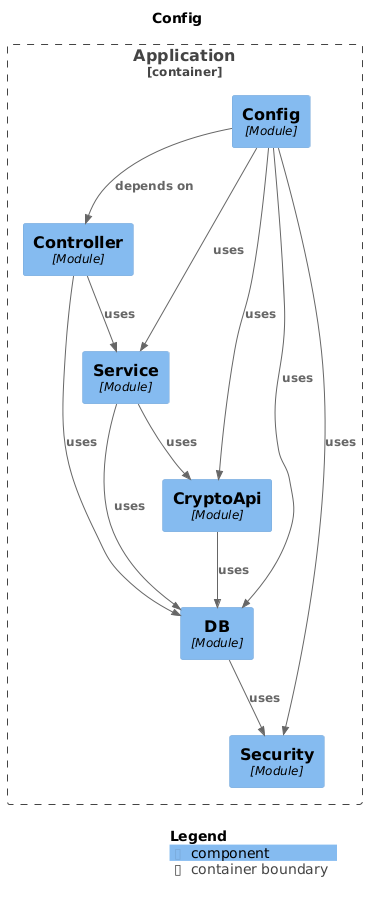
Before: docs/images/diagrams/config_diagram.png, a diagram exported from PlantUML (pmlobanov/JavaSpring_CryptoCurrency-Bot). Its diagram source:
```plantuml
@startuml
set separator none
title Config

top to bottom direction

!include <C4/C4>
!include <C4/C4_Context>
!include <C4/C4_Component>

Container_Boundary("Application.Application_boundary", "Application", $tags="") {
  Component(Application.Application.Service, "Service", $techn="Module", $descr="", $tags="", $link="")
  Component(Application.Application.DB, "DB", $techn="Module", $descr="", $tags="", $link="")
  Component(Application.Application.Config, "Config", $techn="Module", $descr="", $tags="", $link="")
  Component(Application.Application.Controller, "Controller", $techn="Module", $descr="", $tags="", $link="")
  Component(Application.Application.CryptoApi, "CryptoApi", $techn="Module", $descr="", $tags="", $link="")
  Component(Application.Application.Security, "Security", $techn="Module", $descr="", $tags="", $link="")
}

Rel(Application.Application.Controller, Application.Application.DB, "uses", $techn="", $tags="", $link="")
Rel(Application.Application.Controller, Application.Application.Service, "uses", $techn="", $tags="", $link="")
Rel(Application.Application.CryptoApi, Application.Application.DB, "uses", $techn="", $tags="", $link="")
Rel(Application.Application.Service, Application.Application.DB, "uses", $techn="", $tags="", $link="")
Rel(Application.Application.Service, Application.Application.CryptoApi, "uses", $techn="", $tags="", $link="")
Rel(Application.Application.DB, Application.Application.Security, "uses", $techn="", $tags="", $link="")
Rel(Application.Application.Config, Application.Application.Controller, "depends on", $techn="", $tags="", $link="")
Rel(Application.Application.Config, Application.Application.Service, "uses", $techn="", $tags="", $link="")
Rel(Application.Application.Config, Application.Application.Security, "uses", $techn="", $tags="", $link="")
Rel(Application.Application.Config, Application.Application.DB, "uses", $techn="", $tags="", $link="")
Rel(Application.Application.Config, Application.Application.CryptoApi, "uses", $techn="", $tags="", $link="")

SHOW_LEGEND(true)
@enduml
```
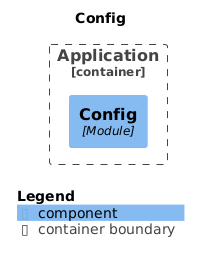
Above is the later version.

What changed in the source:
```diff
@@ -9,25 +9,9 @@
 !include <C4/C4_Component>
 
 Container_Boundary("Application.Application_boundary", "Application", $tags="") {
-  Component(Application.Application.Service, "Service", $techn="Module", $descr="", $tags="", $link="")
-  Component(Application.Application.DB, "DB", $techn="Module", $descr="", $tags="", $link="")
   Component(Application.Application.Config, "Config", $techn="Module", $descr="", $tags="", $link="")
-  Component(Application.Application.Controller, "Controller", $techn="Module", $descr="", $tags="", $link="")
-  Component(Application.Application.CryptoApi, "CryptoApi", $techn="Module", $descr="", $tags="", $link="")
-  Component(Application.Application.Security, "Security", $techn="Module", $descr="", $tags="", $link="")
 }
 
-Rel(Application.Application.Controller, Application.Application.DB, "uses", $techn="", $tags="", $link="")
-Rel(Application.Application.Controller, Application.Application.Service, "uses", $techn="", $tags="", $link="")
-Rel(Application.Application.CryptoApi, Application.Application.DB, "uses", $techn="", $tags="", $link="")
-Rel(Application.Application.Service, Application.Application.DB, "uses", $techn="", $tags="", $link="")
-Rel(Application.Application.Service, Application.Application.CryptoApi, "uses", $techn="", $tags="", $link="")
-Rel(Application.Application.DB, Application.Application.Security, "uses", $techn="", $tags="", $link="")
-Rel(Application.Application.Config, Application.Application.Controller, "depends on", $techn="", $tags="", $link="")
-Rel(Application.Application.Config, Application.Application.Service, "uses", $techn="", $tags="", $link="")
-Rel(Application.Application.Config, Application.Application.Security, "uses", $techn="", $tags="", $link="")
-Rel(Application.Application.Config, Application.Application.DB, "uses", $techn="", $tags="", $link="")
-Rel(Application.Application.Config, Application.Application.CryptoApi, "uses", $techn="", $tags="", $link="")
 
 SHOW_LEGEND(true)
 @enduml
```
